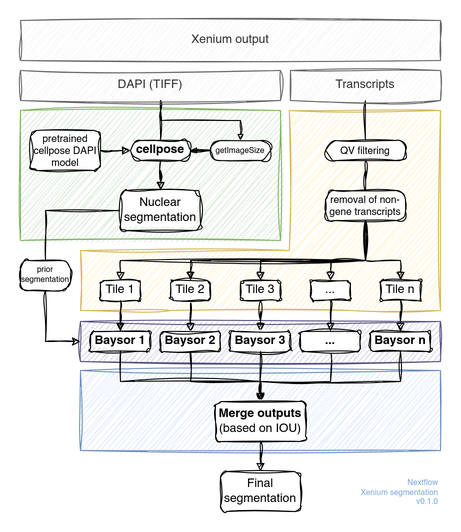
Above: diagram.drawio.png in maximilian-heeg/xenium-segmentation (draw.io), before the change. Source tidied: cells renumbered, new cells last; positions are measured from the earlier drawing's top-left corner, leaving out a move shared by most shapes.
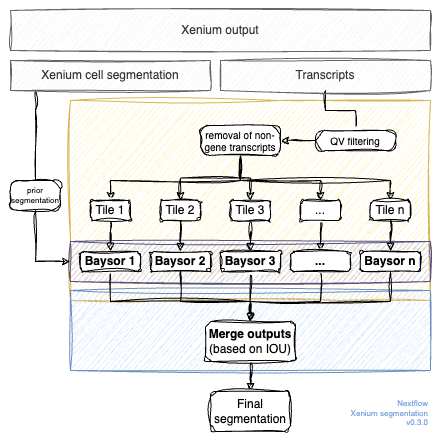
After the change.

Change to the diagram source:
```diff
@@ -2,112 +2,70 @@
   <root>
     <mxCell id="0" />
     <mxCell id="1" parent="0" />
-    <mxCell id="2" style="verticalLabelPosition=bottom;verticalAlign=top;html=1;shape=mxgraph.basic.polygon;polyCoords=[[0.58,0.7],[0.58,0],[1,0],[1,1],[0.75,1],[0.25,1],[0,1],[0,0.7]];polyline=0;fillColor=#fff2cc;strokeColor=#d6b656;sketch=1;curveFitting=1;jiggle=2;" parent="1" vertex="1">
-      <mxGeometry x="60" y="90" width="360" height="200" as="geometry" />
+    <mxCell id="2" style="verticalLabelPosition=bottom;verticalAlign=top;html=1;shape=mxgraph.basic.polygon;polyCoords=[[0,0],[0.58,0],[1,0],[1,1],[0.75,1],[0.25,1],[0,1],[0,0.7]];polyline=0;fillColor=#fff2cc;strokeColor=#d6b656;sketch=1;curveFitting=1;jiggle=2;" parent="1" vertex="1">
+      <mxGeometry x="60" y="160" width="360" height="200" as="geometry" />
     </mxCell>
     <mxCell id="3" style="rounded=0;whiteSpace=wrap;html=1;fillColor=#dae8fc;strokeColor=#6c8ebf;sketch=1;curveFitting=1;jiggle=2;" parent="1" vertex="1">
       <mxGeometry x="60" y="350" width="360" height="80" as="geometry" />
     </mxCell>
-    <mxCell id="4" style="rounded=0;whiteSpace=wrap;html=1;fillColor=#d5e8d4;strokeColor=#82b366;glass=0;shadow=0;sketch=1;curveFitting=1;jiggle=2;" parent="1" vertex="1">
-      <mxGeometry y="90" width="260" height="130" as="geometry" />
-    </mxCell>
     <mxCell id="5" style="rounded=0;whiteSpace=wrap;html=1;fillColor=#d0cee2;strokeColor=#56517e;glass=0;shadow=0;sketch=1;curveFitting=1;jiggle=2;" parent="1" vertex="1">
       <mxGeometry x="60" y="301" width="360" height="40" as="geometry" />
     </mxCell>
     <mxCell id="6" value="Xenium output" style="rounded=0;whiteSpace=wrap;html=1;fillColor=#f5f5f5;fontColor=#333333;strokeColor=#666666;sketch=1;curveFitting=1;jiggle=2;" parent="1" vertex="1">
-      <mxGeometry width="420" height="40" as="geometry" />
+      <mxGeometry y="70" width="420" height="40" as="geometry" />
     </mxCell>
-    <mxCell id="7" style="edgeStyle=orthogonalEdgeStyle;rounded=0;jettySize=auto;html=1;endArrow=none;endFill=0;sketch=1;curveFitting=1;jiggle=2;" parent="1" edge="1" source="9" target="15">
-      <mxGeometry relative="1" as="geometry">
-        <Array as="points">
-          <mxPoint x="140" y="90" />
-          <mxPoint x="140" y="90" />
-        </Array>
-      </mxGeometry>
-    </mxCell>
-    <mxCell id="8" style="edgeStyle=orthogonalEdgeStyle;rounded=0;jettySize=auto;html=1;endArrow=block;endFill=1;endSize=4;entryX=0.5;entryY=0;entryDx=0;entryDy=0;sketch=1;curveFitting=1;jiggle=2;" parent="1" edge="1" source="9" target="52">
-      <mxGeometry relative="1" as="geometry">
-        <Array as="points">
-          <mxPoint x="140" y="100" />
-          <mxPoint x="220" y="100" />
-        </Array>
-      </mxGeometry>
-    </mxCell>
-    <mxCell id="9" value="DAPI (TIFF)" style="rounded=0;whiteSpace=wrap;html=1;fillColor=#f5f5f5;fontColor=#333333;strokeColor=#666666;sketch=1;curveFitting=1;jiggle=2;" parent="1" vertex="1">
-      <mxGeometry y="50" width="260" height="30" as="geometry" />
-    </mxCell>
     <mxCell id="10" style="edgeStyle=orthogonalEdgeStyle;rounded=0;jettySize=auto;html=1;entryX=0.5;entryY=0;entryDx=0;entryDy=0;endArrow=none;endFill=0;sketch=1;curveFitting=1;jiggle=2;" parent="1" edge="1" source="11" target="19">
       <mxGeometry relative="1" as="geometry" />
     </mxCell>
     <mxCell id="11" value="Transcripts" style="rounded=0;whiteSpace=wrap;html=1;fillColor=#f5f5f5;fontColor=#333333;strokeColor=#666666;sketch=1;curveFitting=1;jiggle=2;" parent="1" vertex="1">
-      <mxGeometry x="270" y="50" width="150" height="30" as="geometry" />
+      <mxGeometry x="210" y="120" width="210" height="30" as="geometry" />
     </mxCell>
-    <mxCell id="12" style="edgeStyle=orthogonalEdgeStyle;rounded=0;jettySize=auto;html=1;endArrow=none;endFill=0;sketch=1;curveFitting=1;jiggle=2;" parent="1" edge="1" source="13" target="47">
-      <mxGeometry relative="1" as="geometry" />
+    <mxCell id="12" style="edgeStyle=orthogonalEdgeStyle;rounded=0;jettySize=auto;html=1;endArrow=none;endFill=0;sketch=1;curveFitting=1;jiggle=2;" parent="1" edge="1" source="54" target="47">
+      <mxGeometry relative="1" as="geometry">
+        <Array as="points">
+          <mxPoint x="25" y="170" />
+          <mxPoint x="25" y="170" />
+        </Array>
+      </mxGeometry>
     </mxCell>
-    <mxCell id="13" value="&lt;div&gt;Nuclear&lt;/div&gt;&lt;div&gt;segmentation&lt;/div&gt;" style="rounded=1;whiteSpace=wrap;html=1;sketch=1;curveFitting=1;jiggle=2;" parent="1" vertex="1">
-      <mxGeometry x="100" y="170" width="80" height="40" as="geometry" />
-    </mxCell>
-    <mxCell id="14" style="edgeStyle=orthogonalEdgeStyle;rounded=0;jettySize=auto;html=1;endArrow=block;endFill=1;sketch=1;curveFitting=1;jiggle=2;" parent="1" edge="1" source="15" target="13">
-      <mxGeometry relative="1" as="geometry" />
-    </mxCell>
-    <mxCell id="15" value="cellpose" style="rounded=1;whiteSpace=wrap;html=1;arcSize=50;fontStyle=1;sketch=1;curveFitting=1;jiggle=2;" parent="1" vertex="1">
-      <mxGeometry x="110" y="120" width="60" height="20" as="geometry" />
-    </mxCell>
-    <mxCell id="16" style="edgeStyle=orthogonalEdgeStyle;rounded=0;jettySize=auto;html=1;endArrow=block;endFill=1;sketch=1;curveFitting=1;jiggle=2;" parent="1" edge="1" source="17" target="15">
-      <mxGeometry relative="1" as="geometry" />
-    </mxCell>
-    <mxCell id="17" value="pretrained cellpose DAPI model" style="rounded=1;whiteSpace=wrap;html=1;fontSize=10;sketch=1;curveFitting=1;jiggle=2;" parent="1" vertex="1">
-      <mxGeometry x="10" y="110" width="70" height="40" as="geometry" />
-    </mxCell>
-    <mxCell id="18" style="edgeStyle=orthogonalEdgeStyle;rounded=0;jettySize=auto;html=1;entryX=0.5;entryY=0;entryDx=0;entryDy=0;endArrow=none;endFill=0;sketch=1;curveFitting=1;jiggle=2;" parent="1" edge="1" source="19" target="25">
+    <mxCell id="18" style="edgeStyle=orthogonalEdgeStyle;rounded=0;sketch=1;hachureGap=4;jiggle=2;curveFitting=1;jettySize=auto;html=1;fontFamily=Architects Daughter;fontSource=https%3A%2F%2Ffonts.googleapis.com%2Fcss%3Ffamily%3DArchitects%2BDaughter;" parent="1" edge="1" source="19" target="25">
       <mxGeometry relative="1" as="geometry" />
     </mxCell>
     <mxCell id="19" value="QV filtering" style="rounded=1;whiteSpace=wrap;html=1;arcSize=50;fontSize=10;sketch=1;curveFitting=1;jiggle=2;" parent="1" vertex="1">
-      <mxGeometry x="305" y="120" width="80" height="20" as="geometry" />
+      <mxGeometry x="305" y="190" width="80" height="20" as="geometry" />
     </mxCell>
-    <mxCell id="20" style="edgeStyle=orthogonalEdgeStyle;rounded=0;jettySize=auto;html=1;entryX=0.5;entryY=0;entryDx=0;entryDy=0;endArrow=block;endFill=1;sketch=1;curveFitting=1;jiggle=2;" parent="1" edge="1" source="25" target="27">
+    <mxCell id="20" style="edgeStyle=orthogonalEdgeStyle;rounded=0;sketch=1;hachureGap=4;jiggle=2;curveFitting=1;jettySize=auto;html=1;fontFamily=Architects Daughter;fontSource=https%3A%2F%2Ffonts.googleapis.com%2Fcss%3Ffamily%3DArchitects%2BDaughter;" parent="1" edge="1" source="25" target="27">
       <mxGeometry relative="1" as="geometry">
         <Array as="points">
-          <mxPoint x="345" y="240" />
+          <mxPoint x="230" y="240" />
           <mxPoint x="100" y="240" />
         </Array>
       </mxGeometry>
     </mxCell>
-    <mxCell id="21" style="edgeStyle=orthogonalEdgeStyle;rounded=0;jettySize=auto;html=1;entryX=0.5;entryY=0;entryDx=0;entryDy=0;endArrow=block;endFill=1;exitX=0.5;exitY=1;exitDx=0;exitDy=0;sketch=1;curveFitting=1;jiggle=2;" parent="1" edge="1" source="25" target="29">
-      <mxGeometry relative="1" as="geometry">
-        <Array as="points">
-          <mxPoint x="345" y="240" />
-          <mxPoint x="170" y="240" />
-        </Array>
-      </mxGeometry>
+    <mxCell id="21" style="edgeStyle=orthogonalEdgeStyle;rounded=0;sketch=1;hachureGap=4;jiggle=2;curveFitting=1;jettySize=auto;html=1;fontFamily=Architects Daughter;fontSource=https%3A%2F%2Ffonts.googleapis.com%2Fcss%3Ffamily%3DArchitects%2BDaughter;" parent="1" edge="1" source="25" target="29">
+      <mxGeometry relative="1" as="geometry" />
     </mxCell>
-    <mxCell id="22" style="edgeStyle=orthogonalEdgeStyle;rounded=0;jettySize=auto;html=1;entryX=0.5;entryY=0;entryDx=0;entryDy=0;endArrow=block;endFill=1;sketch=1;curveFitting=1;jiggle=2;" parent="1" edge="1" source="25" target="31">
-      <mxGeometry relative="1" as="geometry">
-        <Array as="points">
-          <mxPoint x="345" y="240" />
-          <mxPoint x="240" y="240" />
-        </Array>
-      </mxGeometry>
+    <mxCell id="22" style="edgeStyle=orthogonalEdgeStyle;rounded=0;sketch=1;hachureGap=4;jiggle=2;curveFitting=1;jettySize=auto;html=1;fontFamily=Architects Daughter;fontSource=https%3A%2F%2Ffonts.googleapis.com%2Fcss%3Ffamily%3DArchitects%2BDaughter;" parent="1" edge="1" source="25" target="31">
+      <mxGeometry relative="1" as="geometry" />
     </mxCell>
-    <mxCell id="23" style="edgeStyle=orthogonalEdgeStyle;rounded=0;jettySize=auto;html=1;entryX=0.5;entryY=0;entryDx=0;entryDy=0;endArrow=block;endFill=1;sketch=1;curveFitting=1;jiggle=2;" parent="1" edge="1" source="25" target="33">
+    <mxCell id="23" style="edgeStyle=orthogonalEdgeStyle;rounded=0;sketch=1;hachureGap=4;jiggle=2;curveFitting=1;jettySize=auto;html=1;fontFamily=Architects Daughter;fontSource=https%3A%2F%2Ffonts.googleapis.com%2Fcss%3Ffamily%3DArchitects%2BDaughter;" parent="1" edge="1" source="25" target="33">
       <mxGeometry relative="1" as="geometry">
         <Array as="points">
-          <mxPoint x="345" y="240" />
+          <mxPoint x="230" y="240" />
           <mxPoint x="310" y="240" />
         </Array>
       </mxGeometry>
     </mxCell>
-    <mxCell id="24" style="edgeStyle=orthogonalEdgeStyle;rounded=0;jettySize=auto;html=1;entryX=0.5;entryY=0;entryDx=0;entryDy=0;endArrow=block;endFill=1;sketch=1;curveFitting=1;jiggle=2;" parent="1" edge="1" source="25" target="35">
+    <mxCell id="24" style="edgeStyle=orthogonalEdgeStyle;rounded=0;sketch=1;hachureGap=4;jiggle=2;curveFitting=1;jettySize=auto;html=1;fontFamily=Architects Daughter;fontSource=https%3A%2F%2Ffonts.googleapis.com%2Fcss%3Ffamily%3DArchitects%2BDaughter;" parent="1" edge="1" source="25" target="35">
       <mxGeometry relative="1" as="geometry">
         <Array as="points">
-          <mxPoint x="345" y="240" />
+          <mxPoint x="230" y="240" />
           <mxPoint x="380" y="240" />
         </Array>
       </mxGeometry>
     </mxCell>
     <mxCell id="25" value="removal of non-gene transcripts" style="rounded=1;whiteSpace=wrap;html=1;arcSize=30;fontSize=10;sketch=1;curveFitting=1;jiggle=2;" parent="1" vertex="1">
-      <mxGeometry x="305" y="170" width="80" height="30" as="geometry" />
+      <mxGeometry x="190" y="185" width="80" height="30" as="geometry" />
     </mxCell>
     <mxCell id="26" style="edgeStyle=orthogonalEdgeStyle;rounded=0;jettySize=auto;html=1;entryX=0.5;entryY=0;entryDx=0;entryDy=0;endArrow=block;endFill=1;sketch=1;curveFitting=1;jiggle=2;" parent="1" edge="1" source="27" target="37">
       <mxGeometry relative="1" as="geometry" />
@@ -213,14 +171,11 @@
     <mxCell id="50" value="Final segmentation" style="rounded=1;whiteSpace=wrap;html=1;sketch=1;curveFitting=1;jiggle=2;" parent="1" vertex="1">
       <mxGeometry x="200" y="451" width="80" height="40" as="geometry" />
     </mxCell>
-    <mxCell id="51" style="edgeStyle=orthogonalEdgeStyle;rounded=0;jettySize=auto;html=1;entryX=1;entryY=0.5;entryDx=0;entryDy=0;endSize=4;endArrow=block;endFill=1;sketch=1;curveFitting=1;jiggle=2;" parent="1" edge="1" source="52" target="15">
-      <mxGeometry relative="1" as="geometry" />
-    </mxCell>
-    <mxCell id="52" value="&lt;font style=&quot;font-size: 8px;&quot;&gt;getImageSize&lt;/font&gt;" style="rounded=1;whiteSpace=wrap;html=1;arcSize=50;sketch=1;curveFitting=1;jiggle=2;" parent="1" vertex="1">
-      <mxGeometry x="190" y="120" width="60" height="20" as="geometry" />
-    </mxCell>
-    <mxCell id="53" value="&lt;br style=&quot;font-size: 8px;&quot;&gt;Nextflow&lt;br&gt;Xenium segmentation&lt;br style=&quot;font-size: 8px;&quot;&gt;v0.1.0" style="rounded=0;whiteSpace=wrap;html=1;align=right;verticalAlign=bottom;fillColor=none;strokeColor=none;fontSize=8;fontColor=#7EA6E0;sketch=1;curveFitting=1;jiggle=2;" parent="1" vertex="1">
+    <mxCell id="53" value="&lt;br style=&quot;font-size: 8px;&quot;&gt;Nextflow&lt;br&gt;Xenium segmentation&lt;br style=&quot;font-size: 8px;&quot;&gt;v0.3.0" style="rounded=0;whiteSpace=wrap;html=1;align=right;verticalAlign=bottom;fillColor=none;strokeColor=none;fontSize=8;fontColor=#7EA6E0;sketch=1;curveFitting=1;jiggle=2;" parent="1" vertex="1">
       <mxGeometry x="300" y="451" width="120" height="39" as="geometry" />
     </mxCell>
+    <mxCell id="54" value="Xenium cell segmentation" style="rounded=0;whiteSpace=wrap;html=1;fillColor=#f5f5f5;fontColor=#333333;strokeColor=#666666;sketch=1;curveFitting=1;jiggle=2;" parent="1" vertex="1">
+      <mxGeometry y="120" width="200" height="30" as="geometry" />
+    </mxCell>
   </root>
 </mxGraphModel>
```
